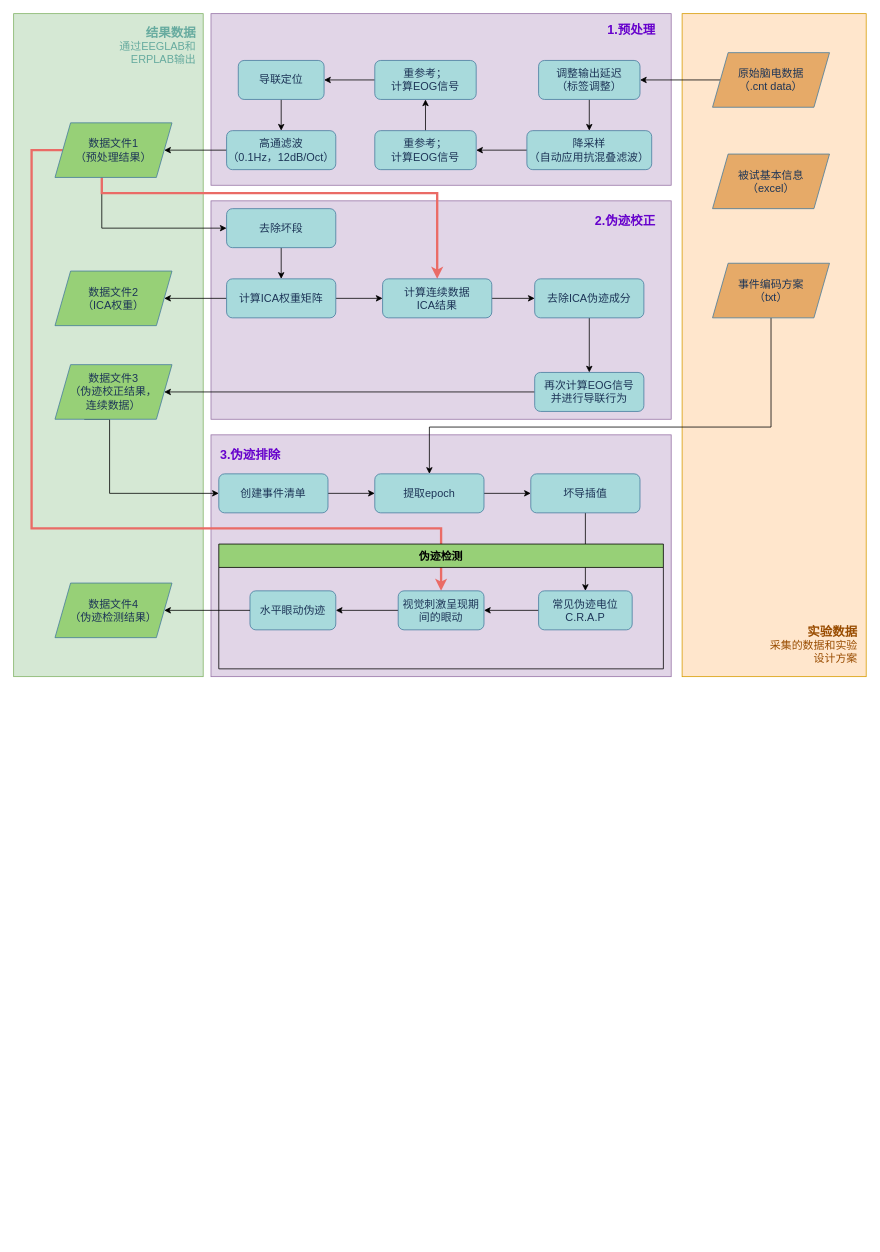
Before: page "20220407" (2 of 2) of EEG预处理流程.drawio in pilgrimmeng/Draw, a draw.io diagram. Source tidied: cells renumbered, new cells numbered last; positions are measured from the earlier drawing's top-left corner, leaving out a move shared by most shapes. Both pictures are drawn from the tidied source at 78%, with x=0, y=0 at pixel (13, 13).
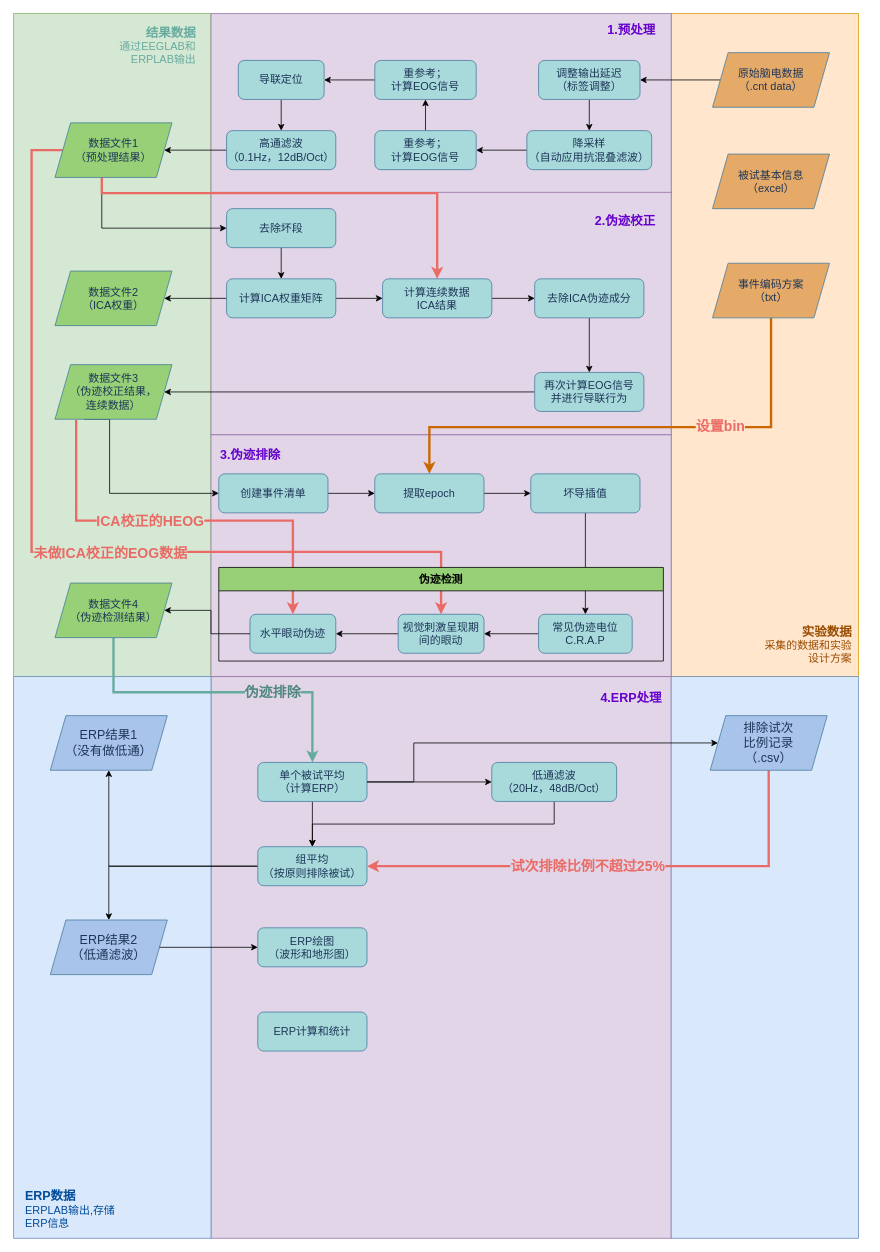
After the change.

Commit message:
Update EEG预处理流程.drawio

The change refers to these unchanged cells:
```xml
<mxCell id="16" value="事件编码方案&lt;br&gt;（txt）" style="shape=parallelogram;perimeter=parallelogramPerimeter;whiteSpace=wrap;html=1;fixedSize=1;rounded=0;sketch=0;fontColor=#1D3557;strokeColor=#457B9D;fontSize=14;fillColor=#E6AA68;" parent="12" vertex="1">
  <mxGeometry x="896" y="320" width="150" height="70" as="geometry" />
</mxCell>
<mxCell id="33" value="数据文件1&lt;br&gt;（预处理结果）" style="shape=parallelogram;perimeter=parallelogramPerimeter;whiteSpace=wrap;html=1;fixedSize=1;rounded=0;sketch=0;fontColor=#1D3557;strokeColor=#457B9D;fontSize=14;fillColor=#97D077;" parent="12" vertex="1">
  <mxGeometry x="53" y="140" width="150" height="70" as="geometry" />
</mxCell>
<mxCell id="47" value="数据文件3&lt;br&gt;（伪迹校正结果，&lt;br&gt;连续数据）" style="shape=parallelogram;perimeter=parallelogramPerimeter;whiteSpace=wrap;html=1;fixedSize=1;rounded=0;sketch=0;fontColor=#1D3557;strokeColor=#457B9D;fontSize=14;fillColor=#97D077;" parent="12" vertex="1">
  <mxGeometry x="53" y="450" width="150" height="70" as="geometry" />
</mxCell>
<mxCell id="51" value="提取epoch" style="rounded=1;whiteSpace=wrap;html=1;fontSize=14;glass=0;strokeWidth=1;shadow=0;fillColor=#A8DADC;strokeColor=#457B9D;fontColor=#1D3557;" parent="12" vertex="1">
  <mxGeometry x="463" y="590" width="140" height="50" as="geometry" />
</mxCell>
<mxCell id="58" value="视觉刺激呈现期间的眼动" style="rounded=1;whiteSpace=wrap;html=1;fontSize=14;glass=0;strokeWidth=1;shadow=0;fillColor=#A8DADC;strokeColor=#457B9D;fontColor=#1D3557;" parent="54" vertex="1">
  <mxGeometry x="230" y="60" width="110" height="50" as="geometry" />
</mxCell>
<mxCell id="59" value="水平眼动伪迹" style="rounded=1;whiteSpace=wrap;html=1;fontSize=14;glass=0;strokeWidth=1;shadow=0;fillColor=#A8DADC;strokeColor=#457B9D;fontColor=#1D3557;" parent="54" vertex="1">
  <mxGeometry x="40" y="60" width="110" height="50" as="geometry" />
</mxCell>
<mxCell id="60" value="数据文件4&lt;br&gt;（伪迹检测结果）" style="shape=parallelogram;perimeter=parallelogramPerimeter;whiteSpace=wrap;html=1;fixedSize=1;rounded=0;sketch=0;fontColor=#1D3557;strokeColor=#457B9D;fontSize=14;fillColor=#97D077;" parent="12" vertex="1">
  <mxGeometry x="53" y="730" width="150" height="70" as="geometry" />
</mxCell>
```

The edit, as a diff of the source:
```diff
@@
     <mxCell id="2" style="rounded=0;whiteSpace=wrap;html=1;fontSize=14;fillColor=#d5e8d4;strokeColor=#82b366;align=right;" parent="1" vertex="1">
-      <mxGeometry width="243" height="850" as="geometry" />
+      <mxGeometry width="253" height="850" as="geometry" />
     </mxCell>
@@
     <mxCell id="4" style="rounded=0;whiteSpace=wrap;html=1;fontSize=14;fillColor=#ffe6cc;strokeColor=#d79b00;align=right;" parent="1" vertex="1">
-      <mxGeometry x="857" width="236" height="850" as="geometry" />
+      <mxGeometry x="843" width="240" height="850" as="geometry" />
     </mxCell>
     <mxCell id="5" value="&lt;div&gt;&lt;/div&gt;&lt;div style=&quot;font-size: 16px&quot;&gt;&lt;span&gt;&lt;font&gt;实验数据&lt;/font&gt;&lt;/span&gt;&lt;/div&gt;&lt;div style=&quot;&quot;&gt;&lt;span style=&quot;font-weight: normal&quot;&gt;&lt;font style=&quot;font-size: 14px&quot;&gt;采集的数据和实验设计方案&lt;/font&gt;&lt;/span&gt;&lt;/div&gt;" style="text;html=1;strokeColor=none;fillColor=none;align=right;verticalAlign=top;whiteSpace=wrap;rounded=0;opacity=20;fontStyle=1;fontColor=#994C00;" parent="1" vertex="1">
-      <mxGeometry x="964" y="776" width="120" height="60" as="geometry" />
+      <mxGeometry x="957" y="776" width="120" height="60" as="geometry" />
     </mxCell>
     <mxCell id="6" style="rounded=0;whiteSpace=wrap;html=1;fontFamily=Helvetica;fontSize=14;fillColor=#e1d5e7;strokeColor=#9673a6;" parent="1" vertex="1">
-      <mxGeometry x="253" width="590" height="220" as="geometry" />
+      <mxGeometry x="253" width="590" height="230" as="geometry" />
     </mxCell>
@@
     <mxCell id="8" style="rounded=0;whiteSpace=wrap;html=1;fontFamily=Helvetica;fontSize=14;fillColor=#e1d5e7;strokeColor=#9673a6;" parent="1" vertex="1">
-      <mxGeometry x="253" y="240" width="590" height="280" as="geometry" />
+      <mxGeometry x="253" y="229" width="590" height="311" as="geometry" />
     </mxCell>
@@
+    <mxCell id="62" style="rounded=0;whiteSpace=wrap;html=1;fontFamily=Helvetica;fontSize=14;fillColor=#E1D5E7;strokeColor=#9673a6;" parent="1" vertex="1">
+      <mxGeometry x="253" y="850" width="590" height="720" as="geometry" />
+    </mxCell>
+    <mxCell id="63" style="rounded=0;whiteSpace=wrap;html=1;fontFamily=Helvetica;fontSize=14;fillColor=#dae8fc;strokeColor=#6c8ebf;" parent="1" vertex="1">
+      <mxGeometry y="850" width="253" height="720" as="geometry" />
+    </mxCell>
+    <mxCell id="64" value="&lt;div&gt;&lt;/div&gt;&lt;div style=&quot;font-size: 16px&quot;&gt;&lt;span&gt;&lt;font&gt;ERP数据&lt;/font&gt;&lt;/span&gt;&lt;/div&gt;&lt;div&gt;&lt;span style=&quot;font-weight: normal&quot;&gt;&lt;font style=&quot;font-size: 14px&quot;&gt;ERPLAB输出,存储ERP信息&lt;/font&gt;&lt;/span&gt;&lt;/div&gt;" style="text;html=1;strokeColor=none;fillColor=none;align=left;verticalAlign=top;whiteSpace=wrap;rounded=0;opacity=20;fontStyle=1;fontColor=#004C99;" parent="1" vertex="1">
+      <mxGeometry x="13" y="1500" width="120" height="60" as="geometry" />
+    </mxCell>
+    <mxCell id="65" style="rounded=0;whiteSpace=wrap;html=1;fontFamily=Helvetica;fontSize=14;fillColor=#dae8fc;strokeColor=#6c8ebf;" parent="1" vertex="1">
+      <mxGeometry x="843" y="850" width="240" height="720" as="geometry" />
+    </mxCell>
+    <mxCell id="66" value="&lt;div&gt;&lt;/div&gt;&lt;div style=&quot;font-size: 16px&quot;&gt;&lt;font&gt;4.ERP处理&lt;/font&gt;&lt;/div&gt;" style="text;html=1;strokeColor=none;fillColor=none;align=right;verticalAlign=top;whiteSpace=wrap;rounded=0;opacity=20;fontStyle=1;fontColor=#6600CC;" parent="1" vertex="1">
+      <mxGeometry x="713" y="861" width="120" height="40" as="geometry" />
+    </mxCell>
@@
-    <mxCell id="15" style="edgeStyle=orthogonalEdgeStyle;rounded=0;jettySize=auto;html=1;entryX=0.5;entryY=0;entryDx=0;entryDy=0;" parent="12" edge="1" source="16" target="51">
+    <mxCell id="15" style="edgeStyle=orthogonalEdgeStyle;rounded=0;jettySize=auto;html=1;entryX=0.5;entryY=0;entryDx=0;entryDy=0;strokeColor=#CC6600;strokeWidth=3;" parent="12" edge="1" source="16" target="51">
       <mxGeometry relative="1" as="geometry">
         <Array as="points">
           <mxPoint x="971" y="530" />
           <mxPoint x="533" y="530" />
         </Array>
       </mxGeometry>
     </mxCell>
+    <mxCell id="67" value="&lt;b style=&quot;&quot;&gt;设置bin&lt;/b&gt;" style="edgeLabel;html=1;align=center;verticalAlign=middle;fontSize=18;fontColor=#EA6B66;labelBackgroundColor=#FFE6CC;" parent="15" vertex="1">
+      <mxGeometry x="-0.29" y="-2" relative="1" as="geometry">
+        <mxPoint x="20" as="offset" />
+      </mxGeometry>
+    </mxCell>
@@
     <mxCell id="32" style="edgeStyle=orthogonalEdgeStyle;rounded=0;jettySize=auto;html=1;fontSize=14;strokeColor=#EA6B66;strokeWidth=3;" parent="12" edge="1" source="33" target="58">
       <mxGeometry relative="1" as="geometry">
         <Array as="points">
           <mxPoint x="23" y="175" />
-          <mxPoint x="23" y="660" />
-          <mxPoint x="548" y="660" />
+          <mxPoint x="23" y="690" />
+          <mxPoint x="548" y="690" />
         </Array>
       </mxGeometry>
     </mxCell>
+    <mxCell id="68" value="&lt;font color=&quot;#ea6b66&quot;&gt;&lt;b&gt;未做ICA校正的EOG数据&lt;/b&gt;&lt;/font&gt;" style="edgeLabel;html=1;align=center;verticalAlign=middle;fontSize=18;fontColor=#67AB9F;labelBackgroundColor=#D5E8D4;" parent="32" vertex="1">
+      <mxGeometry x="0.13" y="-1" relative="1" as="geometry" />
+    </mxCell>
@@
+    <mxCell id="69" style="edgeStyle=orthogonalEdgeStyle;rounded=0;jettySize=auto;html=1;fontSize=18;fontColor=#EA6B66;strokeColor=#EA6B66;strokeWidth=3;exitX=0.181;exitY=1.012;exitDx=0;exitDy=0;exitPerimeter=0;entryX=0.5;entryY=0;entryDx=0;entryDy=0;" parent="12" edge="1" source="47" target="59">
+      <mxGeometry relative="1" as="geometry">
+        <Array as="points">
+          <mxPoint x="80" y="650" />
+          <mxPoint x="358" y="650" />
+        </Array>
+      </mxGeometry>
+    </mxCell>
+    <mxCell id="70" value="&lt;font style=&quot;font-size: 18px&quot;&gt;ICA校正的HEOG&lt;/font&gt;" style="edgeLabel;html=1;align=center;verticalAlign=middle;fontSize=18;fontColor=#EA6B66;fontStyle=1;labelBackgroundColor=#D5E8D4;" parent="69" vertex="1">
+      <mxGeometry x="-0.06" y="-1" relative="1" as="geometry">
+        <mxPoint x="-25" as="offset" />
+      </mxGeometry>
+    </mxCell>
@@
     <mxCell id="54" value="伪迹检测" style="swimlane;fillColor=#97D077;startSize=30;fontSize=14;" parent="12" vertex="1">
-      <mxGeometry x="263" y="680" width="570" height="160" as="geometry" />
+      <mxGeometry x="263" y="710" width="570" height="120" as="geometry" />
     </mxCell>
@@
+    <mxCell id="71" style="edgeStyle=orthogonalEdgeStyle;rounded=0;jettySize=auto;html=1;entryX=0.5;entryY=0;entryDx=0;entryDy=0;exitX=0.5;exitY=1;exitDx=0;exitDy=0;strokeColor=#67AB9F;strokeWidth=3;" parent="12" edge="1" source="60" target="75">
+      <mxGeometry relative="1" as="geometry">
+        <Array as="points">
+          <mxPoint x="128" y="870" />
+          <mxPoint x="383" y="870" />
+        </Array>
+      </mxGeometry>
+    </mxCell>
+    <mxCell id="72" value="&lt;font style=&quot;font-size: 18px&quot;&gt;伪迹排除&lt;/font&gt;" style="edgeLabel;html=1;align=center;verticalAlign=middle;fontColor=#51877E;fontStyle=1;labelBackgroundColor=#E1D5E7;" parent="71" vertex="1">
+      <mxGeometry x="0.13" relative="1" as="geometry">
+        <mxPoint x="39" as="offset" />
+      </mxGeometry>
+    </mxCell>
@@
+    <mxCell id="73" style="edgeStyle=orthogonalEdgeStyle;rounded=0;jettySize=auto;html=1;" parent="12" edge="1" source="75" target="80">
+      <mxGeometry relative="1" as="geometry" />
+    </mxCell>
+    <mxCell id="74" style="edgeStyle=orthogonalEdgeStyle;rounded=0;jettySize=auto;html=1;exitX=0.5;exitY=1;exitDx=0;exitDy=0;entryX=0.5;entryY=0;entryDx=0;entryDy=0;" parent="12" edge="1" source="75" target="78">
+      <mxGeometry relative="1" as="geometry" />
+    </mxCell>
+    <mxCell id="75" value="单个被试平均&lt;br&gt;（计算ERP）" style="rounded=1;whiteSpace=wrap;html=1;fontSize=14;glass=0;strokeWidth=1;shadow=0;fillColor=#A8DADC;strokeColor=#457B9D;fontColor=#1D3557;" parent="12" vertex="1">
+      <mxGeometry x="313" y="960" width="140" height="50" as="geometry" />
+    </mxCell>
+    <mxCell id="76" style="edgeStyle=orthogonalEdgeStyle;rounded=0;jettySize=auto;html=1;entryX=0.5;entryY=1;entryDx=0;entryDy=0;" parent="12" edge="1" source="78" target="81">
+      <mxGeometry relative="1" as="geometry" />
+    </mxCell>
+    <mxCell id="77" style="edgeStyle=orthogonalEdgeStyle;rounded=0;jettySize=auto;html=1;exitX=0;exitY=0.5;exitDx=0;exitDy=0;entryX=0.5;entryY=0;entryDx=0;entryDy=0;" parent="12" edge="1" source="78" target="82">
+      <mxGeometry relative="1" as="geometry" />
+    </mxCell>
+    <mxCell id="78" value="组平均&lt;br&gt;（按原则排除被试）" style="rounded=1;whiteSpace=wrap;html=1;fontSize=14;glass=0;strokeWidth=1;shadow=0;fillColor=#A8DADC;strokeColor=#457B9D;fontColor=#1D3557;" parent="12" vertex="1">
+      <mxGeometry x="313" y="1068" width="140" height="50" as="geometry" />
+    </mxCell>
+    <mxCell id="79" style="edgeStyle=orthogonalEdgeStyle;rounded=0;jettySize=auto;html=1;exitX=0.5;exitY=1;exitDx=0;exitDy=0;" parent="12" edge="1" source="80" target="78">
+      <mxGeometry relative="1" as="geometry" />
+    </mxCell>
+    <mxCell id="80" value="低通滤波&lt;br&gt;（20Hz，48dB/Oct）" style="rounded=1;whiteSpace=wrap;html=1;fontSize=14;glass=0;strokeWidth=1;shadow=0;fillColor=#A8DADC;strokeColor=#457B9D;fontColor=#1D3557;" parent="12" vertex="1">
+      <mxGeometry x="613" y="960" width="160" height="50" as="geometry" />
+    </mxCell>
+    <mxCell id="81" value="ERP结果1&lt;br style=&quot;font-size: 16px;&quot;&gt;（没有做低通）" style="shape=parallelogram;perimeter=parallelogramPerimeter;whiteSpace=wrap;html=1;fixedSize=1;rounded=0;sketch=0;fontColor=#1D3557;strokeColor=#457B9D;fontSize=16;fillColor=#A9C4EB;" parent="12" vertex="1">
+      <mxGeometry x="47" y="900" width="150" height="70" as="geometry" />
+    </mxCell>
+    <mxCell id="82" value="ERP结果2&lt;br style=&quot;font-size: 16px;&quot;&gt;（低通滤波）" style="shape=parallelogram;perimeter=parallelogramPerimeter;whiteSpace=wrap;html=1;fixedSize=1;rounded=0;sketch=0;fontColor=#1D3557;strokeColor=#457B9D;fontSize=16;fillColor=#A9C4EB;" parent="12" vertex="1">
+      <mxGeometry x="47" y="1162" width="150" height="70" as="geometry" />
+    </mxCell>
+    <mxCell id="83" value="ERP绘图&lt;br&gt;（波形和地形图）" style="rounded=1;whiteSpace=wrap;html=1;fontSize=14;glass=0;strokeWidth=1;shadow=0;fillColor=#A8DADC;strokeColor=#457B9D;fontColor=#1D3557;" parent="12" vertex="1">
+      <mxGeometry x="313" y="1172" width="140" height="50" as="geometry" />
+    </mxCell>
+    <mxCell id="84" style="edgeStyle=orthogonalEdgeStyle;rounded=0;jettySize=auto;html=1;entryX=1;entryY=0.501;entryDx=0;entryDy=0;fontSize=16;fontColor=#EA6B66;strokeColor=#EA6B66;strokeWidth=3;entryPerimeter=0;" parent="12" edge="1" source="86">
+      <mxGeometry relative="1" as="geometry">
+        <mxPoint x="453" y="1093" as="targetPoint" />
+        <Array as="points">
+          <mxPoint x="968" y="1093" />
+        </Array>
+      </mxGeometry>
+    </mxCell>
+    <mxCell id="85" value="&lt;b style=&quot;font-size: 18px&quot;&gt;试次排除比例不超过25%&lt;/b&gt;" style="edgeLabel;html=1;align=center;verticalAlign=middle;fontSize=18;fontColor=#EA6B66;labelBackgroundColor=#E1D5E7;" parent="84" vertex="1">
+      <mxGeometry x="-0.03" y="1" relative="1" as="geometry">
+        <mxPoint x="-47" y="-1" as="offset" />
+      </mxGeometry>
+    </mxCell>
+    <mxCell id="86" value="排除试次&lt;br&gt;比例记录&lt;br&gt;（.csv）" style="shape=parallelogram;perimeter=parallelogramPerimeter;whiteSpace=wrap;html=1;fixedSize=1;rounded=0;sketch=0;fontColor=#1D3557;strokeColor=#457B9D;fontSize=16;fillColor=#A9C4EB;" parent="12" vertex="1">
+      <mxGeometry x="893" y="900" width="150" height="70" as="geometry" />
+    </mxCell>
+    <mxCell id="87" style="edgeStyle=orthogonalEdgeStyle;rounded=0;jettySize=auto;html=1;exitX=1;exitY=0.5;exitDx=0;exitDy=0;entryX=0;entryY=0.5;entryDx=0;entryDy=0;fontSize=16;fontColor=#004C99;strokeColor=#000000;strokeWidth=1;" parent="12" edge="1" target="86">
+      <mxGeometry relative="1" as="geometry">
+        <mxPoint x="453" y="985" as="sourcePoint" />
+        <Array as="points">
+          <mxPoint x="513" y="985" />
+          <mxPoint x="513" y="935" />
+        </Array>
+      </mxGeometry>
+    </mxCell>
+    <mxCell id="88" style="edgeStyle=orthogonalEdgeStyle;rounded=0;jettySize=auto;html=1;entryX=0;entryY=0.5;entryDx=0;entryDy=0;fontSize=16;fontColor=#EA6B66;strokeColor=#000000;strokeWidth=1;" parent="12" edge="1" source="82" target="83">
+      <mxGeometry relative="1" as="geometry" />
+    </mxCell>
+    <mxCell id="89" value="ERP计算和统计" style="rounded=1;whiteSpace=wrap;html=1;fontSize=14;glass=0;strokeWidth=1;shadow=0;fillColor=#A8DADC;strokeColor=#457B9D;fontColor=#1D3557;" parent="12" vertex="1">
+      <mxGeometry x="313" y="1280" width="140" height="50" as="geometry" />
+    </mxCell>
```
